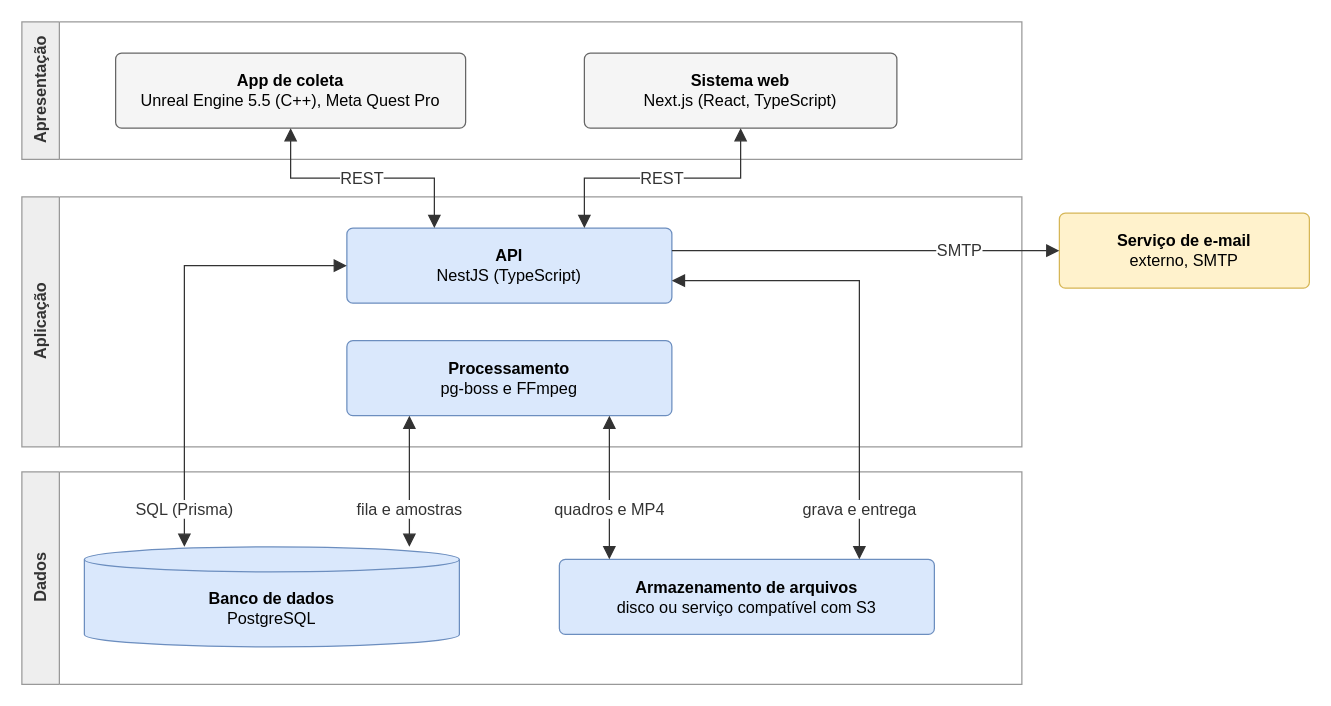
Above: page "Figura – Arquitetura" (1 of 2) of Especificacao/Arquitetura-NeuroSight.drawio in joaozanini/tcc1 (draw.io), before the change. Source tidied: cells renumbered, new cells numbered last; positions are measured from the earlier drawing's top-left corner, leaving out a move shared by most shapes. Both pictures are drawn from the tidied source at 125%, with x=0, y=0 at pixel (21, 21).
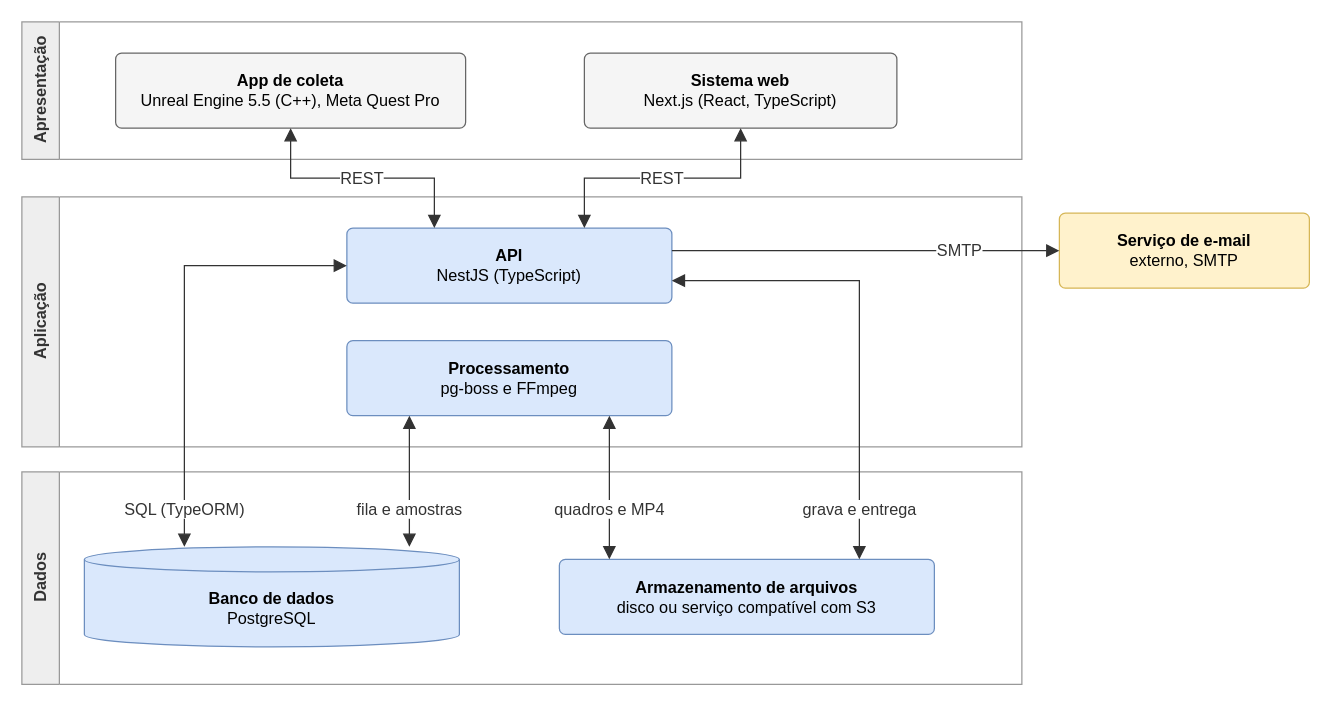
The same page after the edit.

The edit, as a diff of the source:
```diff
@@
-    <mxCell id="21" value="SQL (Prisma)" style="text;html=1;align=center;verticalAlign=middle;fontSize=13;fontColor=#333333;labelBackgroundColor=#FFFFFF;" parent="1" vertex="1">
+    <mxCell id="21" value="SQL (TypeORM)" style="text;html=1;align=center;verticalAlign=middle;fontSize=13;fontColor=#333333;labelBackgroundColor=#FFFFFF;" parent="1" vertex="1">
       <mxGeometry x="80" y="380" width="100" height="20" as="geometry" />
     </mxCell>
```
